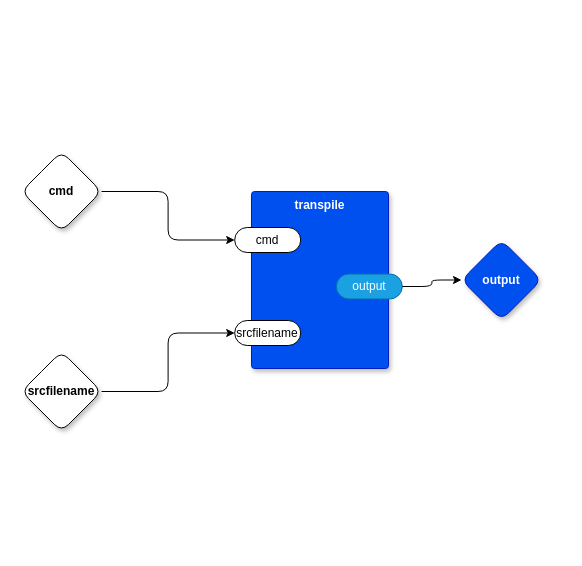
Above: page "main" (1 of 3) of ghoststars.drawio in guitarvydas/fabghoststars (draw.io), before the change. Source tidied: cells renumbered, new cells numbered last; positions are measured from the earlier drawing's top-left corner, leaving out a move shared by most shapes. Both pictures are drawn from the tidied source at 100%, with x=0, y=0 at pixel (21, 151).
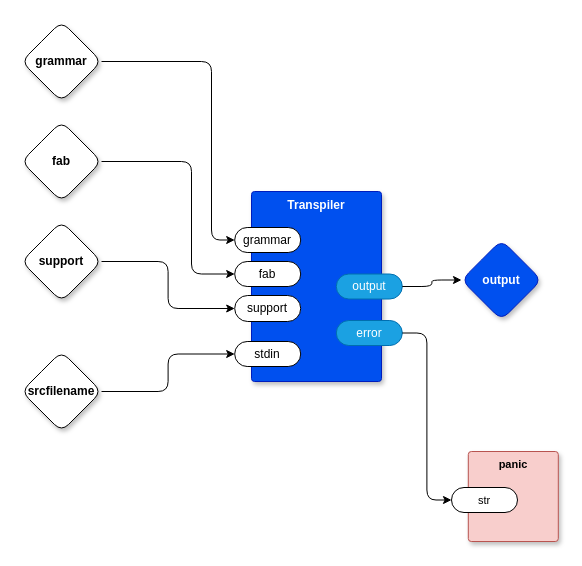
The same page after the edit.

Commit message (it also covers changes not shown here):
first light Transpiler msg dropped on floor

Diff of the diagram source:
```diff
@@
-    <mxCell id="2" value="transpile" style="rounded=1;whiteSpace=wrap;html=1;sketch=0;verticalAlign=top;arcSize=6;fontStyle=1;absoluteArcSize=1;shadow=1;strokeColor=#001DBC;fillColor=#0050ef;fontColor=#ffffff;" parent="1" vertex="1">
-      <mxGeometry x="230" y="40" width="137" height="177" as="geometry" />
+    <mxCell id="2" value="Transpiler" style="rounded=1;whiteSpace=wrap;html=1;sketch=0;verticalAlign=top;arcSize=6;fontStyle=1;absoluteArcSize=1;shadow=1;strokeColor=#001DBC;fillColor=#0050ef;fontColor=#ffffff;" parent="1" vertex="1">
+      <mxGeometry x="230" y="40" width="130" height="190" as="geometry" />
     </mxCell>
-    <mxCell id="3" value="cmd" style="rounded=1;whiteSpace=wrap;html=1;sketch=0;points=[[0,0.5,0,0,0],[1,0.5,0,0,0]];arcSize=50;" parent="2" vertex="1">
+    <mxCell id="3" value="grammar" style="rounded=1;whiteSpace=wrap;html=1;sketch=0;points=[[0,0.5,0,0,0],[1,0.5,0,0,0]];arcSize=50;" parent="2" vertex="1">
       <mxGeometry x="-16.8" y="36" width="66" height="25" as="geometry" />
     </mxCell>
@@
-    <mxCell id="5" value="srcfilename" style="rounded=1;whiteSpace=wrap;html=1;sketch=0;points=[[0,0.5,0,0,0],[1,0.5,0,0,0]];arcSize=50;" parent="2" vertex="1">
-      <mxGeometry x="-16.8" y="129" width="66" height="25" as="geometry" />
+    <mxCell id="5" value="stdin" style="rounded=1;whiteSpace=wrap;html=1;sketch=0;points=[[0,0.5,0,0,0],[1,0.5,0,0,0]];arcSize=50;" parent="2" vertex="1">
+      <mxGeometry x="-16.8" y="150" width="66" height="25" as="geometry" />
     </mxCell>
-    <mxCell id="6" style="edgeStyle=orthogonalEdgeStyle;shape=connector;rounded=1;jettySize=auto;html=1;entryX=0;entryY=0.5;entryDx=0;entryDy=0;entryPerimeter=0;labelBackgroundColor=default;strokeColor=default;fontFamily=Helvetica;fontSize=11;fontColor=default;endArrow=classic;" parent="1" edge="1" source="7" target="3">
-      <mxGeometry relative="1" as="geometry" />
-    </mxCell>
-    <mxCell id="7" value="cmd" style="rhombus;whiteSpace=wrap;html=1;rounded=1;fontStyle=1;glass=0;sketch=0;fontSize=12;points=[[0,0.5,0,0,0],[0.5,0,0,0,0],[0.5,1,0,0,0],[1,0.5,0,0,0]];shadow=1;" parent="1" vertex="1">
-      <mxGeometry width="80" height="80" as="geometry" />
-    </mxCell>
+    <mxCell id="12" value="error" style="rounded=1;whiteSpace=wrap;html=1;sketch=0;points=[[0,0.5,0,0,0],[1,0.5,0,0,0]];fillColor=#1ba1e2;fontColor=#ffffff;strokeColor=#006EAF;arcSize=50;" parent="2" vertex="1">
+      <mxGeometry x="84.8" y="129" width="66" height="25" as="geometry" />
+    </mxCell>
+    <mxCell id="13" value="fab" style="rounded=1;whiteSpace=wrap;html=1;sketch=0;points=[[0,0.5,0,0,0],[1,0.5,0,0,0]];arcSize=50;" parent="2" vertex="1">
+      <mxGeometry x="-16.8" y="70" width="66" height="25" as="geometry" />
+    </mxCell>
+    <mxCell id="14" value="support" style="rounded=1;whiteSpace=wrap;html=1;sketch=0;points=[[0,0.5,0,0,0],[1,0.5,0,0,0]];arcSize=50;" parent="2" vertex="1">
+      <mxGeometry x="-16.8" y="104" width="66" height="26" as="geometry" />
+    </mxCell>
@@
+    <mxCell id="15" style="edgeStyle=orthogonalEdgeStyle;shape=connector;rounded=1;jettySize=auto;html=1;entryX=0;entryY=0.5;entryDx=0;entryDy=0;entryPerimeter=0;labelBackgroundColor=default;strokeColor=default;fontFamily=Helvetica;fontSize=11;fontColor=default;endArrow=classic;" parent="1" edge="1" source="16" target="3">
+      <mxGeometry relative="1" as="geometry">
+        <Array as="points">
+          <mxPoint x="190" y="-90" />
+          <mxPoint x="190" y="89" />
+        </Array>
+      </mxGeometry>
+    </mxCell>
+    <mxCell id="16" value="grammar" style="rhombus;whiteSpace=wrap;html=1;rounded=1;fontStyle=1;glass=0;sketch=0;fontSize=12;points=[[0,0.5,0,0,0],[0.5,0,0,0,0],[0.5,1,0,0,0],[1,0.5,0,0,0]];shadow=1;" parent="1" vertex="1">
+      <mxGeometry y="-130" width="80" height="80" as="geometry" />
+    </mxCell>
+    <mxCell id="17" style="edgeStyle=orthogonalEdgeStyle;shape=connector;rounded=1;jettySize=auto;html=1;entryX=0;entryY=0.5;entryDx=0;entryDy=0;entryPerimeter=0;labelBackgroundColor=default;strokeColor=default;fontFamily=Helvetica;fontSize=11;fontColor=default;endArrow=classic;" parent="1" edge="1" source="18" target="13">
+      <mxGeometry relative="1" as="geometry">
+        <Array as="points">
+          <mxPoint x="170" y="10" />
+          <mxPoint x="170" y="123" />
+        </Array>
+      </mxGeometry>
+    </mxCell>
+    <mxCell id="18" value="fab" style="rhombus;whiteSpace=wrap;html=1;rounded=1;fontStyle=1;glass=0;sketch=0;fontSize=12;points=[[0,0.5,0,0,0],[0.5,0,0,0,0],[0.5,1,0,0,0],[1,0.5,0,0,0]];shadow=1;" parent="1" vertex="1">
+      <mxGeometry y="-30" width="80" height="80" as="geometry" />
+    </mxCell>
+    <mxCell id="19" style="edgeStyle=orthogonalEdgeStyle;shape=connector;rounded=1;jettySize=auto;html=1;entryX=0;entryY=0.5;entryDx=0;entryDy=0;entryPerimeter=0;labelBackgroundColor=default;strokeColor=default;fontFamily=Helvetica;fontSize=11;fontColor=default;endArrow=classic;" parent="1" edge="1" source="20" target="14">
+      <mxGeometry relative="1" as="geometry" />
+    </mxCell>
+    <mxCell id="20" value="support" style="rhombus;whiteSpace=wrap;html=1;rounded=1;fontStyle=1;glass=0;sketch=0;fontSize=12;points=[[0,0.5,0,0,0],[0.5,0,0,0,0],[0.5,1,0,0,0],[1,0.5,0,0,0]];shadow=1;" parent="1" vertex="1">
+      <mxGeometry y="70" width="80" height="80" as="geometry" />
+    </mxCell>
+    <mxCell id="21" value="panic" style="rounded=1;whiteSpace=wrap;html=1;sketch=0;verticalAlign=top;arcSize=6;fontStyle=1;absoluteArcSize=1;shadow=1;strokeColor=#b85450;fillColor=#f8cecc;fontFamily=Helvetica;fontSize=11;" parent="1" vertex="1">
+      <mxGeometry x="446.8" y="300" width="90" height="90" as="geometry" />
+    </mxCell>
+    <mxCell id="22" value="str" style="rounded=1;whiteSpace=wrap;html=1;sketch=0;points=[[0,0.5,0,0,0],[1,0.5,0,0,0]];arcSize=50;fontFamily=Helvetica;fontSize=11;fontColor=default;" parent="21" vertex="1">
+      <mxGeometry x="-16.8" y="36" width="66" height="25" as="geometry" />
+    </mxCell>
+    <mxCell id="23" style="edgeStyle=orthogonalEdgeStyle;shape=connector;rounded=1;jettySize=auto;html=1;exitX=1;exitY=0.5;exitDx=0;exitDy=0;exitPerimeter=0;entryX=0;entryY=0.5;entryDx=0;entryDy=0;entryPerimeter=0;labelBackgroundColor=default;strokeColor=default;fontFamily=Helvetica;fontSize=11;fontColor=default;endArrow=classic;" parent="1" edge="1" source="12" target="22">
+      <mxGeometry relative="1" as="geometry" />
+    </mxCell>
```
